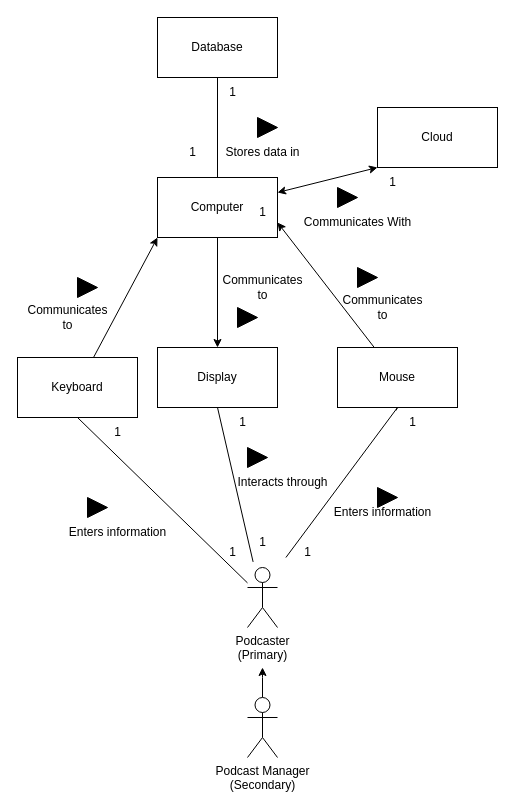
This is D3-SystemContextClassModel/conceptual.drawio from Glizzus/COMP-3700, a draw.io file, before an edit. Source tidied: cells renumbered, new cells numbered last; positions are measured from the earlier drawing's top-left corner, leaving out a move shared by most shapes. Both pictures are drawn from the tidied source at 100%, with x=0, y=0 at pixel (17, 17).
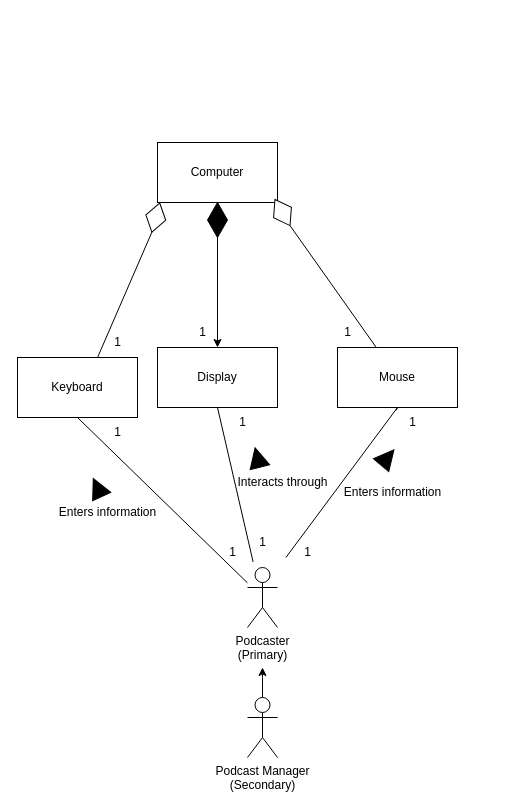
The same diagram, later.

Commit message:
trimmed conceptual diagram

The change refers to these unchanged cells:
```xml
<mxCell id="8" value="Keyboard" style="rounded=0;whiteSpace=wrap;html=1;" parent="1" vertex="1">
  <mxGeometry y="340" width="120" height="60" as="geometry" />
</mxCell>
<mxCell id="10" value="Mouse" style="rounded=0;whiteSpace=wrap;html=1;" parent="1" vertex="1">
  <mxGeometry x="320" y="330" width="120" height="60" as="geometry" />
</mxCell>
```

What changed in the source:
```diff
@@
-    <mxCell id="7" style="rounded=0;jettySize=auto;html=1;entryX=0;entryY=1;entryDx=0;entryDy=0;" parent="1" edge="1" source="8" target="21">
+    <mxCell id="7" style="rounded=0;jettySize=auto;html=1;entryX=0.5;entryY=1;entryDx=0;entryDy=0;exitX=0.667;exitY=0;exitDx=0;exitDy=0;exitPerimeter=0;endArrow=none;endFill=0;" parent="1" edge="1" source="8" target="51">
       <mxGeometry relative="1" as="geometry" />
     </mxCell>
@@
-    <mxCell id="9" style="rounded=0;jettySize=auto;html=1;entryX=1;entryY=0.75;entryDx=0;entryDy=0;" parent="1" edge="1" source="10" target="21">
+    <mxCell id="9" style="rounded=0;jettySize=auto;html=1;entryX=0.5;entryY=1;entryDx=0;entryDy=0;endArrow=none;endFill=0;" parent="1" edge="1" source="10" target="52">
       <mxGeometry relative="1" as="geometry" />
     </mxCell>
@@
     <mxCell id="13" value="Enters information" style="text;html=1;align=center;verticalAlign=middle;strokeColor=none;fillColor=none;" parent="1" vertex="1">
-      <mxGeometry x="40" y="500" width="120" height="30" as="geometry" />
+      <mxGeometry x="30" y="480" width="120" height="30" as="geometry" />
     </mxCell>
     <mxCell id="14" value="Enters information" style="text;html=1;align=center;verticalAlign=middle;strokeColor=none;fillColor=none;" parent="1" vertex="1">
-      <mxGeometry x="305" y="480" width="120" height="30" as="geometry" />
+      <mxGeometry x="315" y="460" width="120" height="30" as="geometry" />
     </mxCell>
@@
-    <mxCell id="18" style="edgeStyle=orthogonalEdgeStyle;rounded=0;jettySize=auto;html=1;entryX=0.5;entryY=1;entryDx=0;entryDy=0;endArrow=none;endFill=0;" parent="1" edge="1" source="21" target="22">
-      <mxGeometry relative="1" as="geometry" />
-    </mxCell>
@@
-    <mxCell id="20" style="rounded=0;jettySize=auto;html=1;entryX=0;entryY=1;entryDx=0;entryDy=0;startArrow=classic;startFill=1;" parent="1" edge="1" source="21" target="23">
-      <mxGeometry relative="1" as="geometry" />
-    </mxCell>
     <mxCell id="21" value="Computer" style="rounded=0;whiteSpace=wrap;html=1;" parent="1" vertex="1">
-      <mxGeometry x="140" y="160" width="120" height="60" as="geometry" />
+      <mxGeometry x="140" y="125" width="120" height="60" as="geometry" />
     </mxCell>
-    <mxCell id="22" value="Database" style="rounded=0;whiteSpace=wrap;html=1;" parent="1" vertex="1">
-      <mxGeometry x="140" width="120" height="60" as="geometry" />
-    </mxCell>
-    <mxCell id="23" value="Cloud" style="rounded=0;whiteSpace=wrap;html=1;" parent="1" vertex="1">
-      <mxGeometry x="360" y="90" width="120" height="60" as="geometry" />
-    </mxCell>
@@
-    <mxCell id="26" style="triangle;whiteSpace=wrap;html=1;fillColor=#000000;" parent="1" vertex="1">
-      <mxGeometry x="70" y="480" width="20" height="20" as="geometry" />
+    <mxCell id="26" style="triangle;whiteSpace=wrap;html=1;fillColor=#000000;rotation=-115;" parent="1" vertex="1">
+      <mxGeometry x="70" y="460" width="20" height="20" as="geometry" />
     </mxCell>
-    <mxCell id="27" style="triangle;whiteSpace=wrap;html=1;fillColor=#000000;" parent="1" vertex="1">
-      <mxGeometry x="360" y="470" width="20" height="20" as="geometry" />
+    <mxCell id="27" style="triangle;whiteSpace=wrap;html=1;fillColor=#000000;rotation=-50;" parent="1" vertex="1">
+      <mxGeometry x="360" y="430" width="20" height="20" as="geometry" />
     </mxCell>
-    <mxCell id="28" style="triangle;whiteSpace=wrap;html=1;fillColor=#000000;" parent="1" vertex="1">
+    <mxCell id="28" style="triangle;whiteSpace=wrap;html=1;fillColor=#000000;rotation=-104;" parent="1" vertex="1">
       <mxGeometry x="230" y="430" width="20" height="20" as="geometry" />
     </mxCell>
@@
-    <mxCell id="30" value="Communicates&lt;br&gt;to" style="text;html=1;align=center;verticalAlign=middle;strokeColor=none;fillColor=none;" parent="1" vertex="1">
-      <mxGeometry y="280" width="100" height="40" as="geometry" />
-    </mxCell>
-    <mxCell id="31" value="Stores data in" style="text;html=1;align=center;verticalAlign=middle;strokeColor=none;fillColor=none;" parent="1" vertex="1">
-      <mxGeometry x="195" y="120" width="100" height="30" as="geometry" />
-    </mxCell>
@@
-    <mxCell id="35" value="1" style="text;html=1;align=center;verticalAlign=middle;strokeColor=none;fillColor=none;" parent="1" vertex="1">
-      <mxGeometry x="200" y="60" width="30" height="30" as="geometry" />
-    </mxCell>
-    <mxCell id="36" value="Communicates With" style="text;html=1;align=center;verticalAlign=middle;strokeColor=none;fillColor=none;" parent="1" vertex="1">
-      <mxGeometry x="275" y="190" width="130" height="30" as="geometry" />
-    </mxCell>
-    <mxCell id="37" value="1" style="text;html=1;align=center;verticalAlign=middle;strokeColor=none;fillColor=none;" parent="1" vertex="1">
-      <mxGeometry x="360" y="150" width="30" height="30" as="geometry" />
-    </mxCell>
-    <mxCell id="38" value="1" style="text;html=1;align=center;verticalAlign=middle;strokeColor=none;fillColor=none;" parent="1" vertex="1">
-      <mxGeometry x="230" y="180" width="30" height="30" as="geometry" />
-    </mxCell>
-    <mxCell id="39" value="Communicates&lt;br&gt;to" style="text;html=1;align=center;verticalAlign=middle;strokeColor=none;fillColor=none;" parent="1" vertex="1">
-      <mxGeometry x="315" y="270" width="100" height="40" as="geometry" />
-    </mxCell>
-    <mxCell id="40" value="Communicates&lt;br&gt;to" style="text;html=1;align=center;verticalAlign=middle;strokeColor=none;fillColor=none;" parent="1" vertex="1">
-      <mxGeometry x="195" y="250" width="100" height="40" as="geometry" />
-    </mxCell>
-    <mxCell id="41" style="triangle;whiteSpace=wrap;html=1;fillColor=#000000;" parent="1" vertex="1">
-      <mxGeometry x="340" y="250" width="20" height="20" as="geometry" />
-    </mxCell>
-    <mxCell id="42" style="triangle;whiteSpace=wrap;html=1;fillColor=#000000;" parent="1" vertex="1">
-      <mxGeometry x="220" y="290" width="20" height="20" as="geometry" />
-    </mxCell>
-    <mxCell id="43" style="triangle;whiteSpace=wrap;html=1;fillColor=#000000;" parent="1" vertex="1">
-      <mxGeometry x="60" y="260" width="20" height="20" as="geometry" />
-    </mxCell>
-    <mxCell id="44" style="triangle;whiteSpace=wrap;html=1;fillColor=#000000;" parent="1" vertex="1">
-      <mxGeometry x="320" y="170" width="20" height="20" as="geometry" />
-    </mxCell>
-    <mxCell id="45" style="triangle;whiteSpace=wrap;html=1;fillColor=#000000;" parent="1" vertex="1">
-      <mxGeometry x="240" y="100" width="20" height="20" as="geometry" />
-    </mxCell>
-    <mxCell id="46" value="1" style="text;html=1;align=center;verticalAlign=middle;strokeColor=none;fillColor=none;" parent="1" vertex="1">
-      <mxGeometry x="160" y="120" width="30" height="30" as="geometry" />
-    </mxCell>
+    <mxCell id="47" value="1" style="text;html=1;align=center;verticalAlign=middle;strokeColor=none;fillColor=none;" parent="1" vertex="1">
+      <mxGeometry x="85" y="310" width="30" height="30" as="geometry" />
+    </mxCell>
+    <mxCell id="48" value="1" style="text;html=1;align=center;verticalAlign=middle;strokeColor=none;fillColor=none;" parent="1" vertex="1">
+      <mxGeometry x="170" y="300" width="30" height="30" as="geometry" />
+    </mxCell>
+    <mxCell id="49" value="1" style="text;html=1;align=center;verticalAlign=middle;strokeColor=none;fillColor=none;" parent="1" vertex="1">
+      <mxGeometry x="315" y="300" width="30" height="30" as="geometry" />
+    </mxCell>
+    <mxCell id="50" style="rhombus;whiteSpace=wrap;html=1;fillColor=#000000;rotation=0;" parent="1" vertex="1">
+      <mxGeometry x="190" y="185" width="20" height="35" as="geometry" />
+    </mxCell>
+    <mxCell id="51" style="rhombus;whiteSpace=wrap;html=1;fillColor=#FFFFFF;rotation=15;" parent="1" vertex="1">
+      <mxGeometry x="128" y="185" width="20.6" height="30.1" as="geometry" />
+    </mxCell>
+    <mxCell id="52" style="rhombus;whiteSpace=wrap;html=1;fillColor=#FFFFFF;rotation=-30;" parent="1" vertex="1">
+      <mxGeometry x="254.7" y="180" width="20.6" height="30.1" as="geometry" />
+    </mxCell>
```
